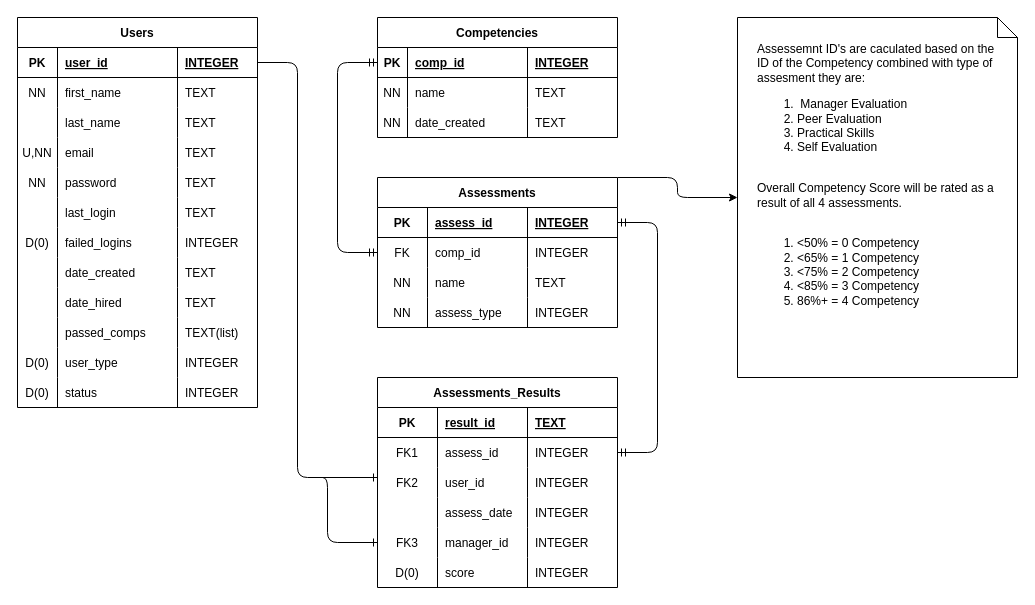
Earlier version of the draw.io diagram erd.drawio (darthcircuit/capstone_project). Source tidied: cells renumbered, new cells numbered last; positions are measured from the earlier drawing's top-left corner, leaving out a move shared by most shapes. Both pictures are drawn from the tidied source at 100%, with x=0, y=0 at pixel (17, 17).
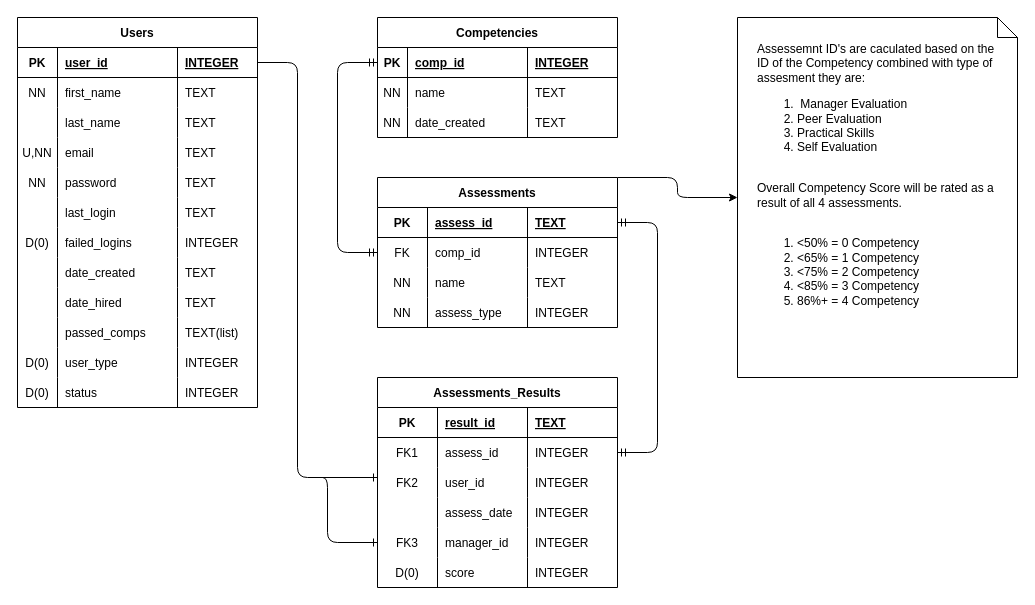
The same diagram, later.

Unchanged cells that the change refers to:
```xml
<mxCell id="91" style="shape=partialRectangle;fillColor=none;top=0;left=0;bottom=1;right=0;points=[[0,0.5],[1,0.5]];portConstraint=eastwest;" parent="90" vertex="1">
  <mxGeometry y="30" width="240" height="30" as="geometry" />
</mxCell>
```

Change to the diagram source:
```diff
@@
-    <mxCell id="94" value="INTEGER" style="shape=partialRectangle;fillColor=none;top=0;left=0;bottom=0;right=0;align=left;spacingLeft=6;fontStyle=5;overflow=hidden;" parent="91" vertex="1">
+    <mxCell id="94" value="TEXT" style="shape=partialRectangle;fillColor=none;top=0;left=0;bottom=0;right=0;align=left;spacingLeft=6;fontStyle=5;overflow=hidden;" parent="91" vertex="1">
       <mxGeometry x="150" width="90" height="30" as="geometry" />
     </mxCell>
```
